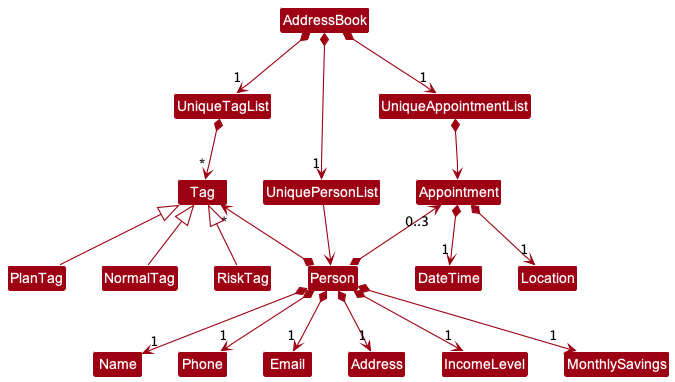
nus-cs2103-AY2223S1/tp keeps this PlantUML diagram as docs/images/BetterModelClassDiagram.png. Above is the earlier version.
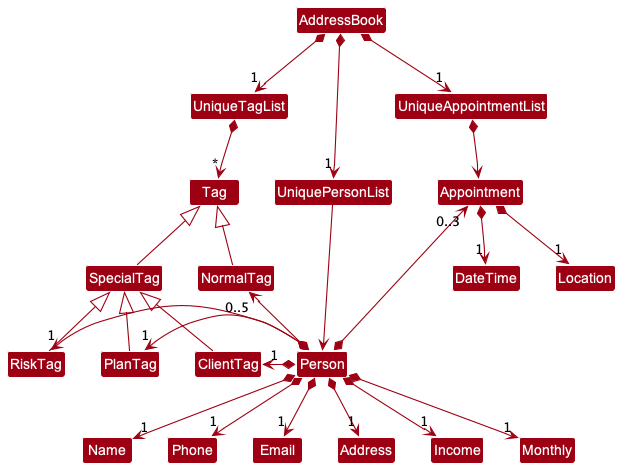
After the commit.

The edit, as a diff of the source:
```diff
@@ -15,18 +15,23 @@
 UniquePersonList -right-> Person
 UniqueAppointmentList *-down-> Appointment
 
-Person *-up-> "*" Tag
+Person *-left-> "1" PlanTag
+Person *-left-> "1" RiskTag
+Person *-left-> "1" ClientTag
+Person *-left-> "0..5" NormalTag
 Person *--> "1" Name
 Person *--> "1" Phone
 Person *--> "1" Email
 Person *-up-> "0..3" Appointment
 Person *--> "1" Address
-Person *--> "1" IncomeLevel
-Person *--> "1" MonthlySavings
+Person *--> "1" Income
+Person *--> "1" Monthly
 
 NormalTag -up-|> Tag
-RiskTag -up-|> Tag
-PlanTag -up-|> Tag
+SpecialTag -up-|> Tag
+RiskTag -up-|> SpecialTag
+PlanTag -up-|> SpecialTag
+ClientTag -up-|> SpecialTag
 
 Appointment *--> "1" DateTime
 Appointment *--> "1" Location
```
